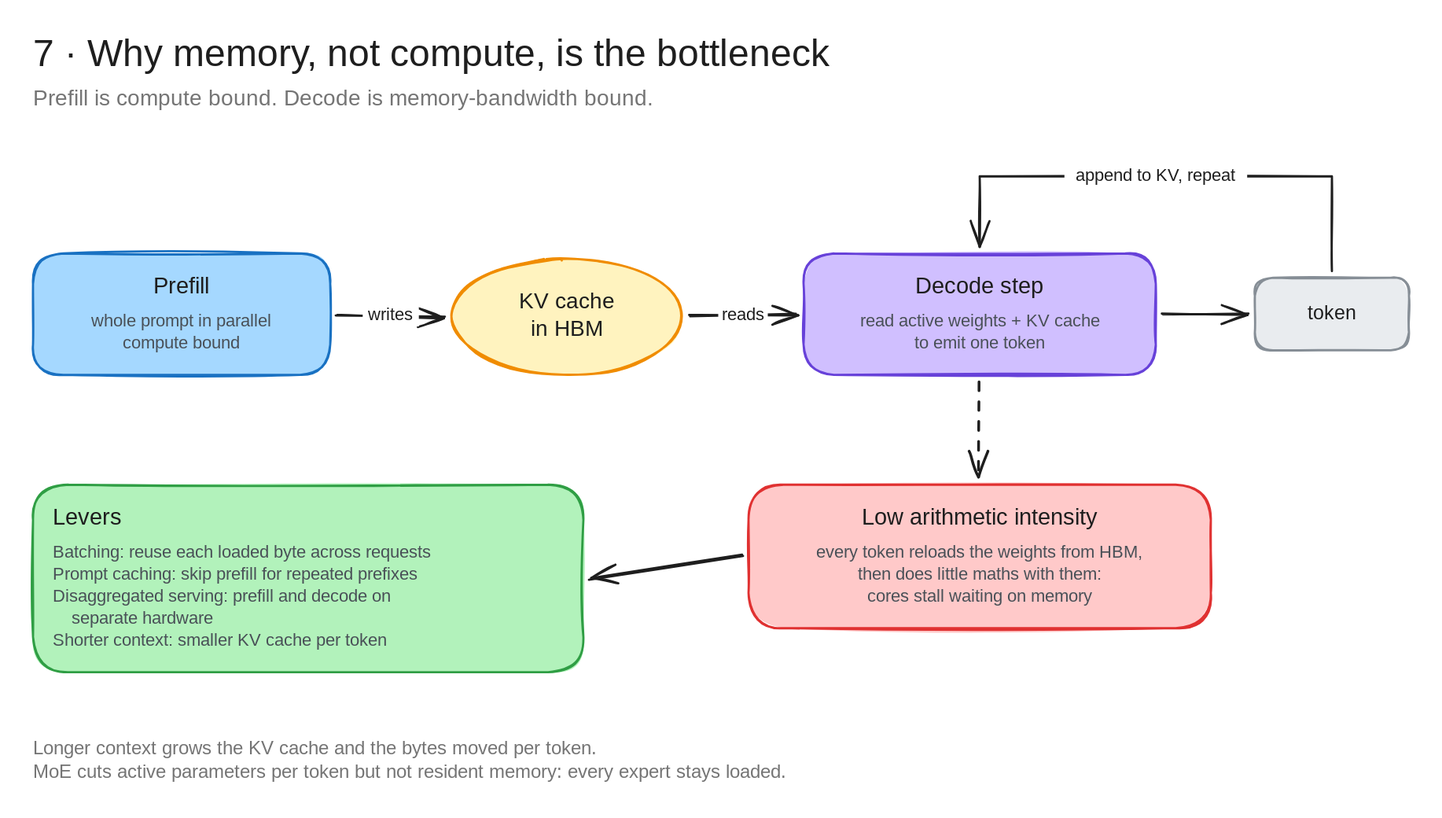
Above: architecture-diagrams/claude-on-bedrock-excalidraw/diagrams/7-decode.excalidraw.svg in bsnehanshu/slides (Excalidraw), before the change. Source tidied: one line per element, renumbered; positions are measured from the earlier drawing's top-left corner, leaving out a move shared by most shapes.
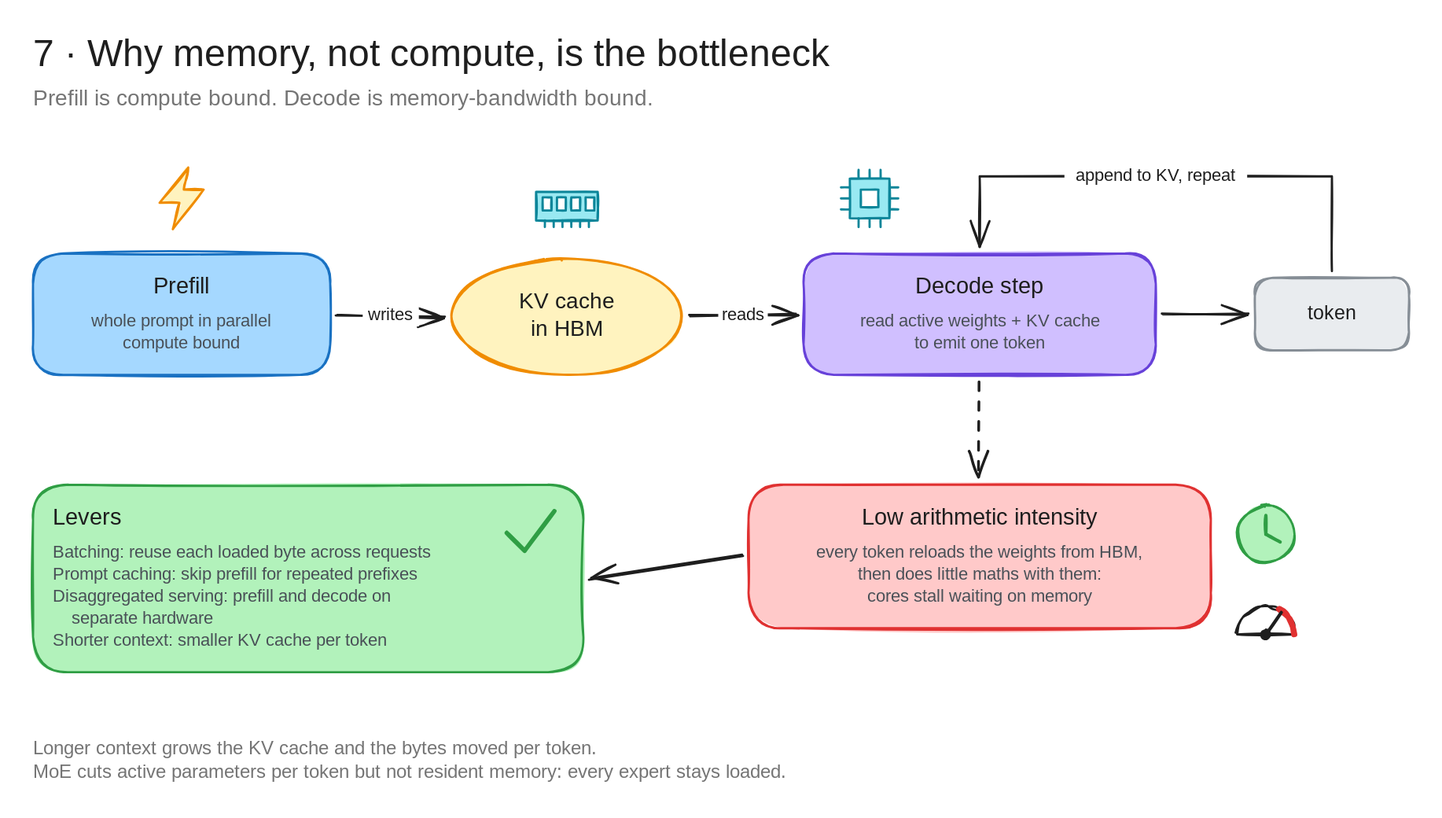
Later version of the same file.

Diff of the diagram source:
```diff
@@ -25,4 +25,39 @@
 {"id": 24, "type": "text", "text": "Levers", "strokeColor": "#1e1e1e", "strokeWidth": 2, "roughness": 1, "fontSize": 21, "fontFamily": 5, "x": 18, "y": 428, "width": 68, "height": 26}
 {"id": 25, "type": "text", "text": "Batching: reuse each loaded byte across requests\nPrompt caching: skip prefill for repeated prefixes\nDisaggregated serving: prefill and decode on\n    separate hardware\nShorter context: smaller KV cache per token", "strokeColor": "#495057", "strokeWidth": 2, "roughness": 1, "fontSize": 16, "fontFamily": 5, "x": 18, "y": 462, "width": 393, "height": 100}
 {"id": 26, "type": "arrow", "strokeColor": "#1e1e1e", "strokeWidth": 2, "roughness": 1, "endArrowhead": "arrow", "round": true, "from": 19, "to": 23, "x": 644, "y": 475, "width": 138, "height": 20, "points": [[0, 0], [-138, 20]]}
+{"id": 28, "type": "line", "strokeColor": "#f08c00", "backgroundColor": "#fff3bf", "fillStyle": "solid", "strokeWidth": 2, "roughness": 1, "x": 141, "y": 122, "width": 40, "height": 56, "points": [[0, 0], [-26, 32], [-8, 32], [-14, 56], [14, 20], [-4, 20], [0, 0]]}
+{"id": 29, "type": "rectangle", "strokeColor": "#0c8599", "backgroundColor": "#99e9f2", "fillStyle": "solid", "strokeWidth": 2, "roughness": 1, "x": 457, "y": 144, "width": 56, "height": 26}
+{"id": 30, "type": "rectangle", "strokeColor": "#0c8599", "backgroundColor": "#ffffff", "fillStyle": "solid", "strokeWidth": 2, "roughness": 1, "x": 463, "y": 149, "width": 8, "height": 12}
+{"id": 31, "type": "rectangle", "strokeColor": "#0c8599", "backgroundColor": "#ffffff", "fillStyle": "solid", "strokeWidth": 2, "roughness": 1, "x": 476, "y": 149, "width": 8, "height": 12}
+{"id": 32, "type": "rectangle", "strokeColor": "#0c8599", "backgroundColor": "#ffffff", "fillStyle": "solid", "strokeWidth": 2, "roughness": 1, "x": 489, "y": 149, "width": 8, "height": 12}
+{"id": 33, "type": "rectangle", "strokeColor": "#0c8599", "backgroundColor": "#ffffff", "fillStyle": "solid", "strokeWidth": 2, "roughness": 1, "x": 502, "y": 149, "width": 8, "height": 12}
+{"id": 34, "type": "line", "strokeColor": "#0c8599", "strokeWidth": 2, "roughness": 1, "x": 465, "y": 170, "width": 0, "height": 6, "points": [[0, 0], [0, 6]]}
+{"id": 35, "type": "line", "strokeColor": "#0c8599", "strokeWidth": 2, "roughness": 1, "x": 473, "y": 170, "width": 0, "height": 6, "points": [[0, 0], [0, 6]]}
+{"id": 36, "type": "line", "strokeColor": "#0c8599", "strokeWidth": 2, "roughness": 1, "x": 481, "y": 170, "width": 0, "height": 6, "points": [[0, 0], [0, 6]]}
+{"id": 37, "type": "line", "strokeColor": "#0c8599", "strokeWidth": 2, "roughness": 1, "x": 489, "y": 170, "width": 0, "height": 6, "points": [[0, 0], [0, 6]]}
+{"id": 38, "type": "line", "strokeColor": "#0c8599", "strokeWidth": 2, "roughness": 1, "x": 497, "y": 170, "width": 0, "height": 6, "points": [[0, 0], [0, 6]]}
+{"id": 39, "type": "line", "strokeColor": "#0c8599", "strokeWidth": 2, "roughness": 1, "x": 505, "y": 170, "width": 0, "height": 6, "points": [[0, 0], [0, 6]]}
+{"id": 40, "type": "line", "strokeColor": "#0c8599", "strokeWidth": 2, "roughness": 1, "x": 750, "y": 124, "width": 0, "height": 8, "points": [[0, 0], [0, 8]]}
+{"id": 41, "type": "line", "strokeColor": "#0c8599", "strokeWidth": 2, "roughness": 1, "x": 750, "y": 168, "width": 0, "height": 8, "points": [[0, 0], [0, 8]]}
+{"id": 42, "type": "line", "strokeColor": "#0c8599", "strokeWidth": 2, "roughness": 1, "x": 734, "y": 140, "width": 8, "height": 0, "points": [[0, 0], [8, 0]]}
+{"id": 43, "type": "line", "strokeColor": "#0c8599", "strokeWidth": 2, "roughness": 1, "x": 778, "y": 140, "width": 8, "height": 0, "points": [[0, 0], [8, 0]]}
+{"id": 44, "type": "line", "strokeColor": "#0c8599", "strokeWidth": 2, "roughness": 1, "x": 760, "y": 124, "width": 0, "height": 8, "points": [[0, 0], [0, 8]]}
+{"id": 45, "type": "line", "strokeColor": "#0c8599", "strokeWidth": 2, "roughness": 1, "x": 760, "y": 168, "width": 0, "height": 8, "points": [[0, 0], [0, 8]]}
+{"id": 46, "type": "line", "strokeColor": "#0c8599", "strokeWidth": 2, "roughness": 1, "x": 734, "y": 150, "width": 8, "height": 0, "points": [[0, 0], [8, 0]]}
+{"id": 47, "type": "line", "strokeColor": "#0c8599", "strokeWidth": 2, "roughness": 1, "x": 778, "y": 150, "width": 8, "height": 0, "points": [[0, 0], [8, 0]]}
+{"id": 48, "type": "line", "strokeColor": "#0c8599", "strokeWidth": 2, "roughness": 1, "x": 770, "y": 124, "width": 0, "height": 8, "points": [[0, 0], [0, 8]]}
+{"id": 49, "type": "line", "strokeColor": "#0c8599", "strokeWidth": 2, "roughness": 1, "x": 770, "y": 168, "width": 0, "height": 8, "points": [[0, 0], [0, 8]]}
+{"id": 50, "type": "line", "strokeColor": "#0c8599", "strokeWidth": 2, "roughness": 1, "x": 734, "y": 160, "width": 8, "height": 0, "points": [[0, 0], [8, 0]]}
+{"id": 51, "type": "line", "strokeColor": "#0c8599", "strokeWidth": 2, "roughness": 1, "x": 778, "y": 160, "width": 8, "height": 0, "points": [[0, 0], [8, 0]]}
+{"id": 52, "type": "rectangle", "strokeColor": "#0c8599", "backgroundColor": "#99e9f2", "fillStyle": "solid", "strokeWidth": 2, "roughness": 1, "x": 742, "y": 132, "width": 36, "height": 36}
+{"id": 53, "type": "rectangle", "strokeColor": "#0c8599", "backgroundColor": "#ffffff", "fillStyle": "solid", "strokeWidth": 2, "roughness": 1, "x": 752, "y": 142, "width": 16, "height": 16}
+{"id": 54, "type": "ellipse", "strokeColor": "#2f9e44", "backgroundColor": "#b2f2bb", "fillStyle": "solid", "strokeWidth": 2, "roughness": 1, "round": true, "x": 1094, "y": 429, "width": 52, "height": 52}
+{"id": 55, "type": "line", "strokeColor": "#2f9e44", "strokeWidth": 3, "roughness": 1, "x": 1120, "y": 455, "width": 0, "height": 17, "points": [[0, 0], [0, -17]]}
+{"id": 56, "type": "line", "strokeColor": "#2f9e44", "strokeWidth": 3, "roughness": 1, "x": 1120, "y": 455, "width": 13, "height": 7, "points": [[0, 0], [13, 7]]}
+{"id": 57, "type": "line", "strokeColor": "#1e1e1e", "strokeWidth": 2, "roughness": 1, "round": true, "x": 1094, "y": 546, "width": 52, "height": 26, "points": [[0, 0], [1, -8], [5, -15], [11, -21], [18, -25], [26, -26], [34, -25], [41, -21], [47, -15], [51, -8], [52, 0]]}
+{"id": 58, "type": "line", "strokeColor": "#1e1e1e", "strokeWidth": 2, "roughness": 1, "x": 1094, "y": 546, "width": 52, "height": 0, "points": [[0, 0], [52, 0]]}
+{"id": 59, "type": "line", "strokeColor": "#e03131", "strokeWidth": 5, "roughness": 1, "round": true, "x": 1132, "y": 523, "width": 14, "height": 23, "points": [[0, 0], [6, 4], [10, 10], [13, 16], [14, 23]]}
+{"id": 60, "type": "line", "strokeColor": "#1e1e1e", "strokeWidth": 3, "roughness": 1, "x": 1120, "y": 546, "width": 14, "height": 20, "points": [[0, 0], [14, -20]]}
+{"id": 61, "type": "ellipse", "strokeColor": "#1e1e1e", "backgroundColor": "#1e1e1e", "fillStyle": "solid", "strokeWidth": 2, "roughness": 1, "round": true, "x": 1116, "y": 542, "width": 8, "height": 8}
+{"id": 62, "type": "line", "strokeColor": "#2f9e44", "strokeWidth": 4, "roughness": 1, "x": 430, "y": 454, "width": 43, "height": 36, "points": [[0, 0], [16, 16], [43, -20]]}
 {"id": 27, "type": "text", "text": "Longer context grows the KV cache and the bytes moved per token.\nMoE cuts active parameters per token but not resident memory: every expert stays loaded.", "strokeColor": "#757575", "strokeWidth": 2, "roughness": 1, "fontSize": 17, "fontFamily": 5, "x": 0, "y": 640, "width": 763, "height": 42}
```
